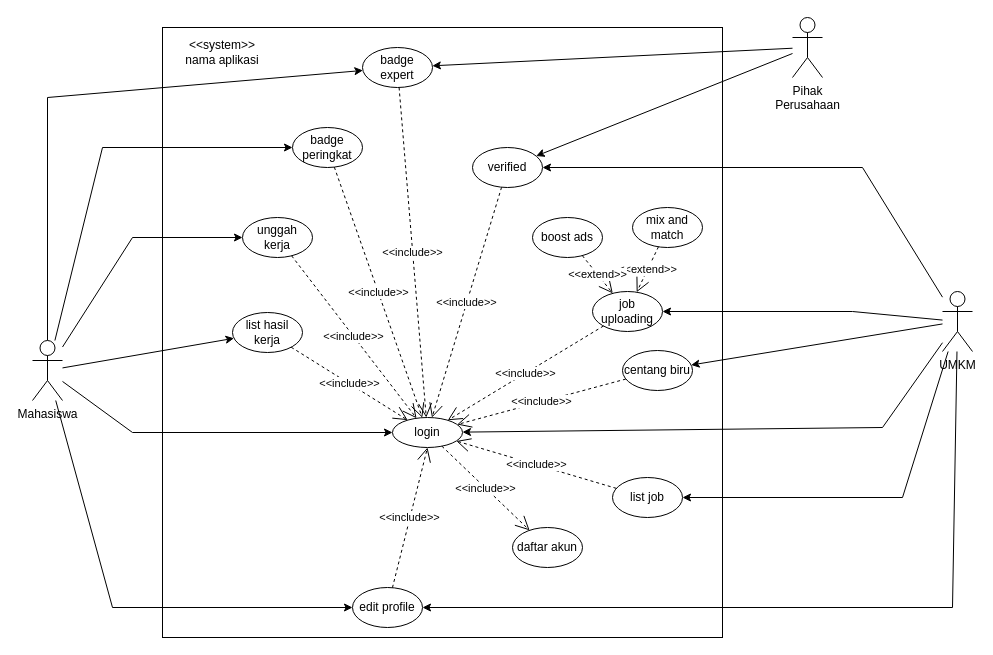
This is page "UML (UseCase)" (2 of 4) of uml-diagram.drawio from isalzufari/sayembaara, a draw.io file, before an edit. Source tidied: cells renumbered, new cells numbered last; positions are measured from the earlier drawing's top-left corner, leaving out a move shared by most shapes. Both pictures are drawn from the tidied source at 100%, with x=0, y=0 at pixel (32, 17).
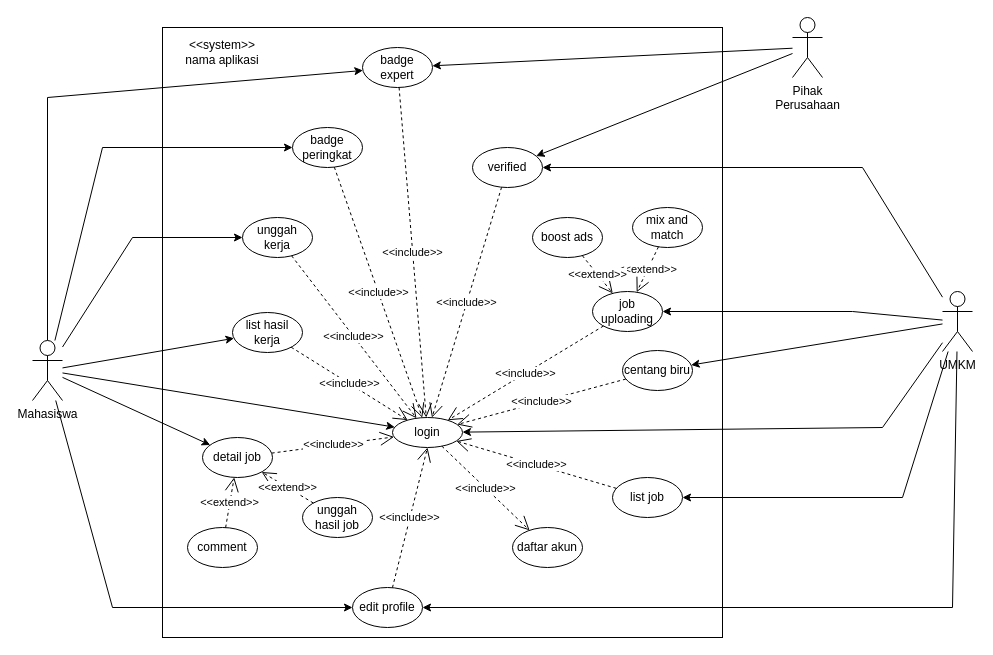
The same diagram, later.

Commit message:
Use Case: adding mahasiswa feature.drawio

Unchanged cells that the change refers to:
```xml
<mxCell id="9" value="Mahasiswa" style="shape=umlActor;verticalLabelPosition=bottom;verticalAlign=top;html=1;" parent="1" vertex="1">
  <mxGeometry y="323" width="30" height="60" as="geometry" />
</mxCell>
<mxCell id="17" value="login" style="ellipse;whiteSpace=wrap;html=1;" parent="1" vertex="1">
  <mxGeometry x="360" y="400" width="70" height="30" as="geometry" />
</mxCell>
```

The edit, as a diff of the source:
```diff
@@
     <mxCell id="3" style="rounded=0;jettySize=auto;html=1;" parent="1" edge="1" source="9" target="17">
-      <mxGeometry relative="1" as="geometry">
-        <Array as="points">
-          <mxPoint x="100" y="415" />
-        </Array>
-      </mxGeometry>
+      <mxGeometry relative="1" as="geometry" />
     </mxCell>
@@
+    <mxCell id="46" style="rounded=0;jettySize=auto;html=1;" parent="1" edge="1" source="9" target="47">
+      <mxGeometry relative="1" as="geometry" />
+    </mxCell>
@@
+    <mxCell id="47" value="detail job" style="ellipse;whiteSpace=wrap;html=1;" parent="1" vertex="1">
+      <mxGeometry x="170" y="420" width="70" height="40" as="geometry" />
+    </mxCell>
+    <mxCell id="48" value="&amp;lt;&amp;lt;include&amp;gt;&amp;gt;" style="endArrow=open;endSize=12;dashed=1;html=1;rounded=0;" parent="1" edge="1" source="47" target="17">
+      <mxGeometry relative="1" as="geometry" />
+    </mxCell>
+    <mxCell id="49" value="comment" style="ellipse;whiteSpace=wrap;html=1;" parent="1" vertex="1">
+      <mxGeometry x="155" y="510" width="70" height="40" as="geometry" />
+    </mxCell>
+    <mxCell id="50" value="unggah hasil job" style="ellipse;whiteSpace=wrap;html=1;" parent="1" vertex="1">
+      <mxGeometry x="270" y="480" width="70" height="40" as="geometry" />
+    </mxCell>
+    <mxCell id="51" value="&amp;lt;&amp;lt;extend&amp;gt;&amp;gt;" style="endArrow=open;endSize=12;dashed=1;html=1;rounded=0;" parent="1" edge="1" source="49" target="47">
+      <mxGeometry relative="1" as="geometry" />
+    </mxCell>
+    <mxCell id="52" value="&amp;lt;&amp;lt;extend&amp;gt;&amp;gt;" style="endArrow=open;endSize=12;dashed=1;html=1;rounded=0;" parent="1" edge="1" source="50" target="47">
+      <mxGeometry relative="1" as="geometry" />
+    </mxCell>
```
